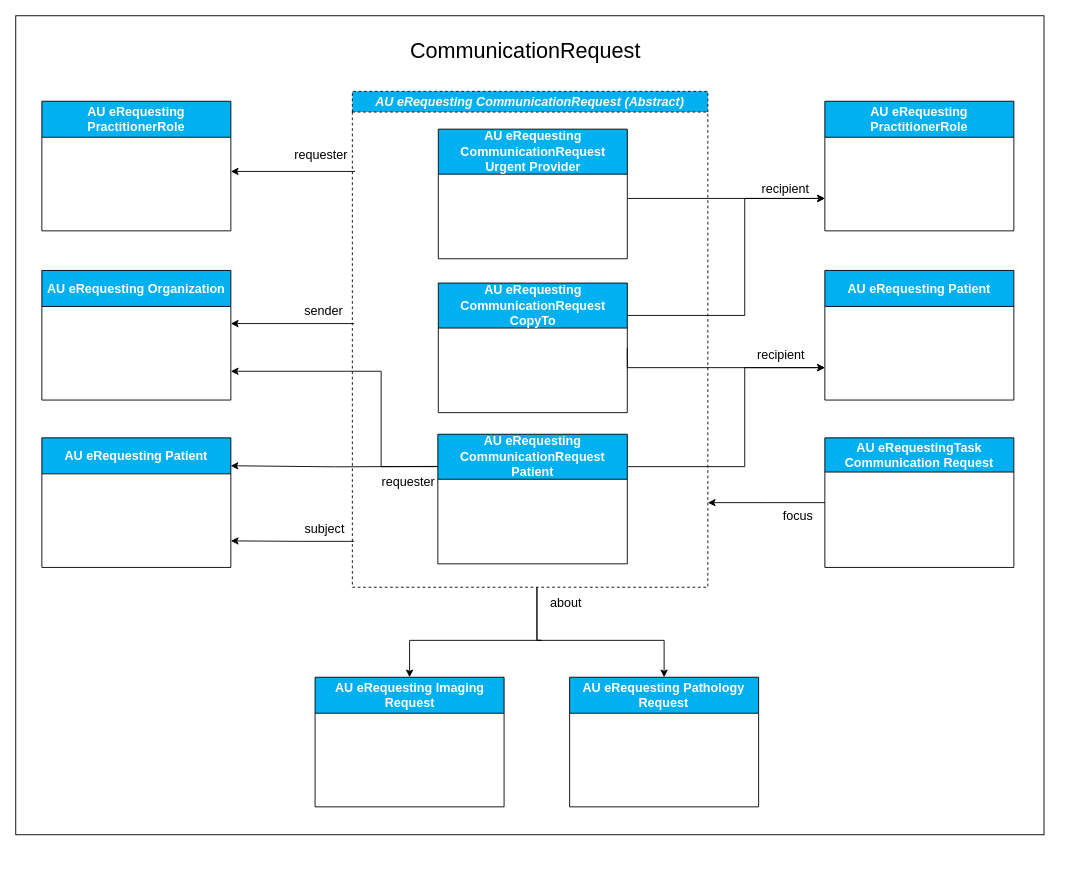
hl7au/au-fhir-erequesting keeps this draw.io diagram as page "au-erequesting-profiles-communicationrequest" (4 of 4) of input/images-source/au-erequesting-profiles.drawio. Above is the earlier version. Source tidied: cells renumbered, new cells numbered last; positions are measured from the earlier drawing's top-left corner, leaving out a move shared by most shapes. Both pictures are drawn from the tidied source at 90%, with x=0, y=0 at pixel (15, 15).
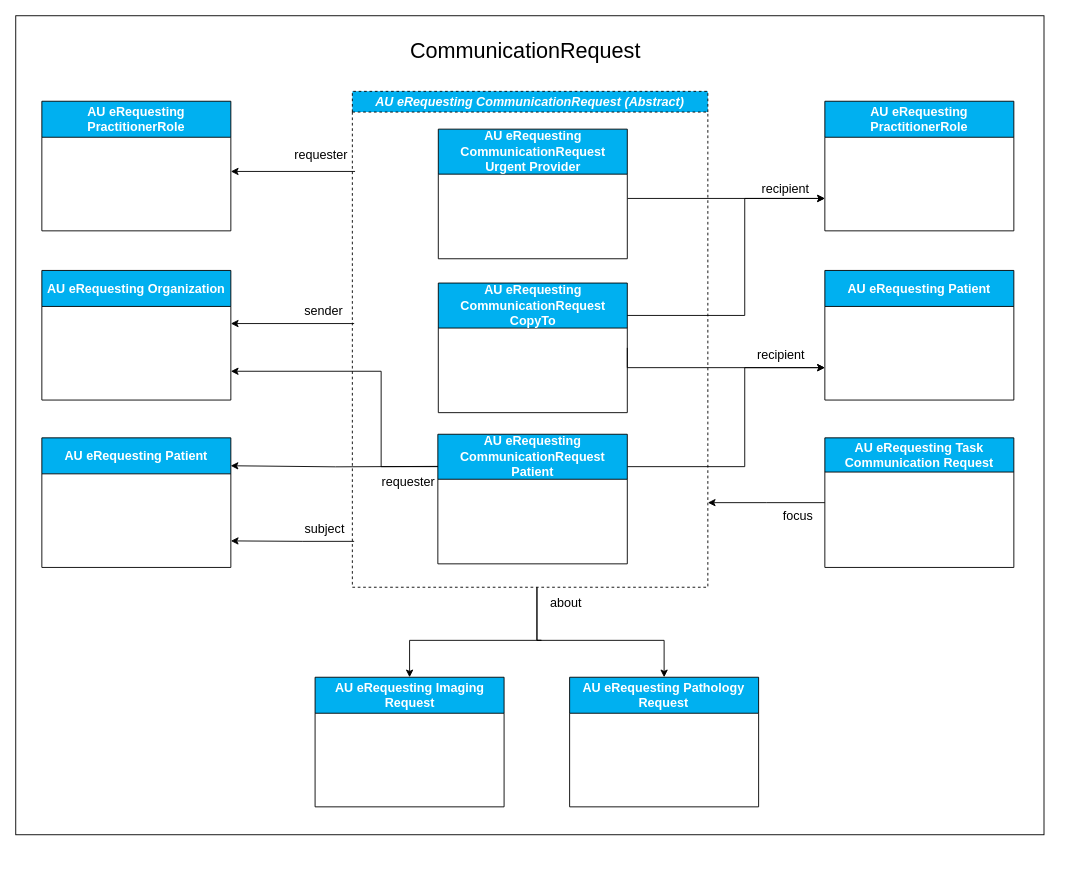
After the change.

Commit message (it also covers changes not shown here):
Fixed profile name spacing in CommunicationRequest profiles diagram

The change refers to these unchanged cells:
```xml
<mxCell id="2" style="group;" parent="1" vertex="1">
  <mxGeometry x="10" width="1145" height="930" as="geometry" />
</mxCell>
```

Change to the diagram source:
```diff
@@
-    <mxCell id="13" value="&lt;font style=&quot;font-size: 14px;&quot;&gt;AU eRequestingTask Communication Request&lt;/font&gt;" style="swimlane;whiteSpace=wrap;html=1;startSize=38;fillColor=#00B0F0;fontColor=#FFFFFF;" parent="2" vertex="1">
+    <mxCell id="13" value="&lt;font style=&quot;font-size: 14px;&quot;&gt;AU eRequesting Task Communication Request&lt;/font&gt;" style="swimlane;whiteSpace=wrap;html=1;startSize=38;fillColor=#00B0F0;fontColor=#FFFFFF;" parent="2" vertex="1">
       <mxGeometry x="889" y="469" width="210" height="144" as="geometry" />
     </mxCell>
```
